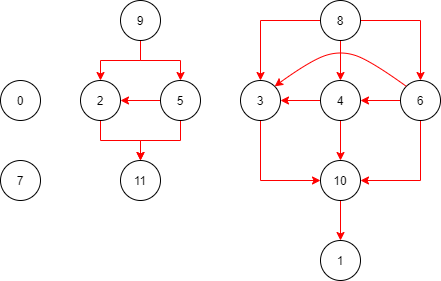
The draw.io diagram algorithm/graph/digraph/topological/leetcode_1203/leetcode_1203.drawio.png in sanmingzi/study_algorithm, before a commit. Source tidied: cells renumbered, new cells last; positions are measured from the earlier drawing's top-left corner, leaving out a move shared by most shapes.
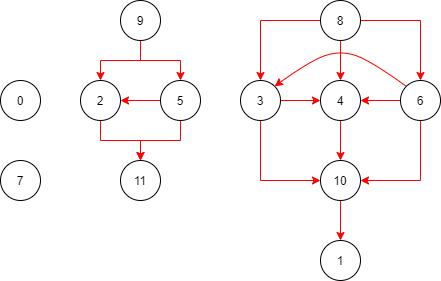
After the commit.

Diff of the diagram source:
```diff
@@ -23,6 +23,9 @@
     <mxCell id="8" style="edgeStyle=orthogonalEdgeStyle;rounded=0;jettySize=auto;html=1;exitX=0.5;exitY=1;exitDx=0;exitDy=0;entryX=0;entryY=0.5;entryDx=0;entryDy=0;strokeColor=#FF0000;" parent="1" edge="1" source="9" target="15">
       <mxGeometry relative="1" as="geometry" />
     </mxCell>
+    <mxCell id="29" style="edgeStyle=orthogonalEdgeStyle;rounded=0;jettySize=auto;html=1;strokeColor=#FF0000;" parent="1" edge="1" source="9" target="18">
+      <mxGeometry relative="1" as="geometry" />
+    </mxCell>
     <mxCell id="9" value="3" style="ellipse;whiteSpace=wrap;html=1;" parent="1" vertex="1">
       <mxGeometry x="240" y="80" width="40" height="40" as="geometry" />
     </mxCell>
@@ -47,9 +50,6 @@
     <mxCell id="16" style="edgeStyle=orthogonalEdgeStyle;rounded=0;jettySize=auto;html=1;strokeColor=#FF0000;" parent="1" edge="1" source="18" target="15">
       <mxGeometry relative="1" as="geometry" />
     </mxCell>
-    <mxCell id="17" style="edgeStyle=orthogonalEdgeStyle;rounded=0;jettySize=auto;html=1;strokeColor=#FF0000;" parent="1" edge="1" source="18" target="9">
-      <mxGeometry relative="1" as="geometry" />
-    </mxCell>
     <mxCell id="18" value="4" style="ellipse;whiteSpace=wrap;html=1;" parent="1" vertex="1">
       <mxGeometry x="320" y="80" width="40" height="40" as="geometry" />
     </mxCell>
```
